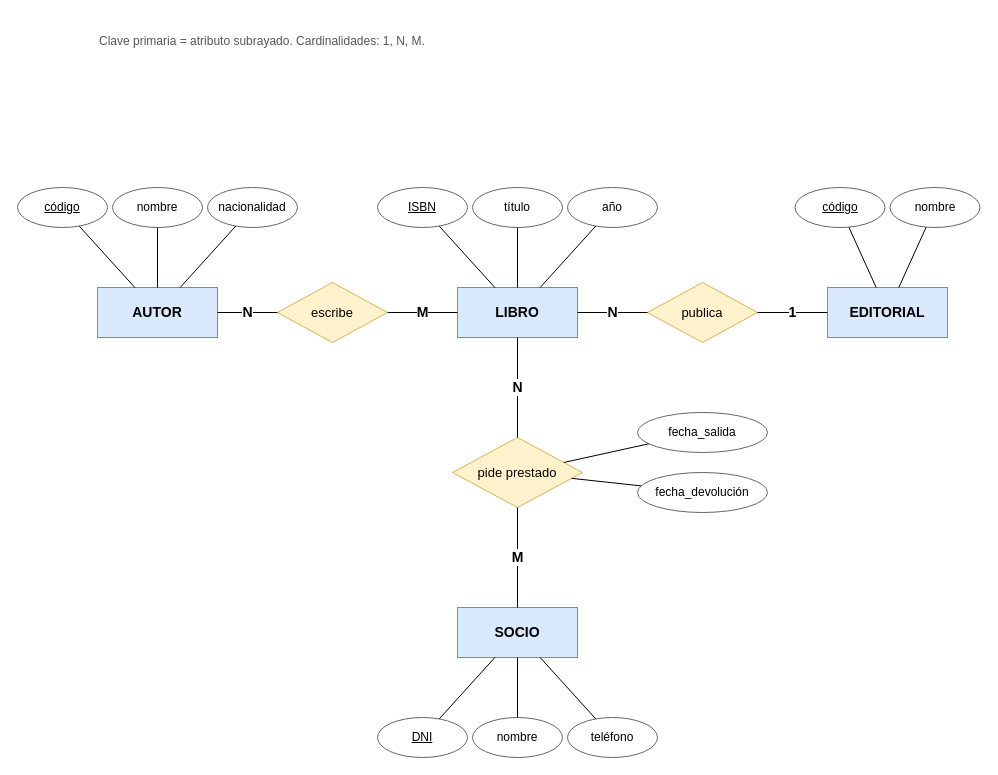
Above: diagramas/ejemplo-entidad-relacion.drawio in fran1234567890javier-art/practica2-latex (draw.io), before the change. Source tidied: cells renumbered, new cells numbered last; positions are measured from the earlier drawing's top-left corner, leaving out a move shared by most shapes. Both pictures are drawn from the tidied source at 100%, with x=0, y=0 at pixel (17, 27).
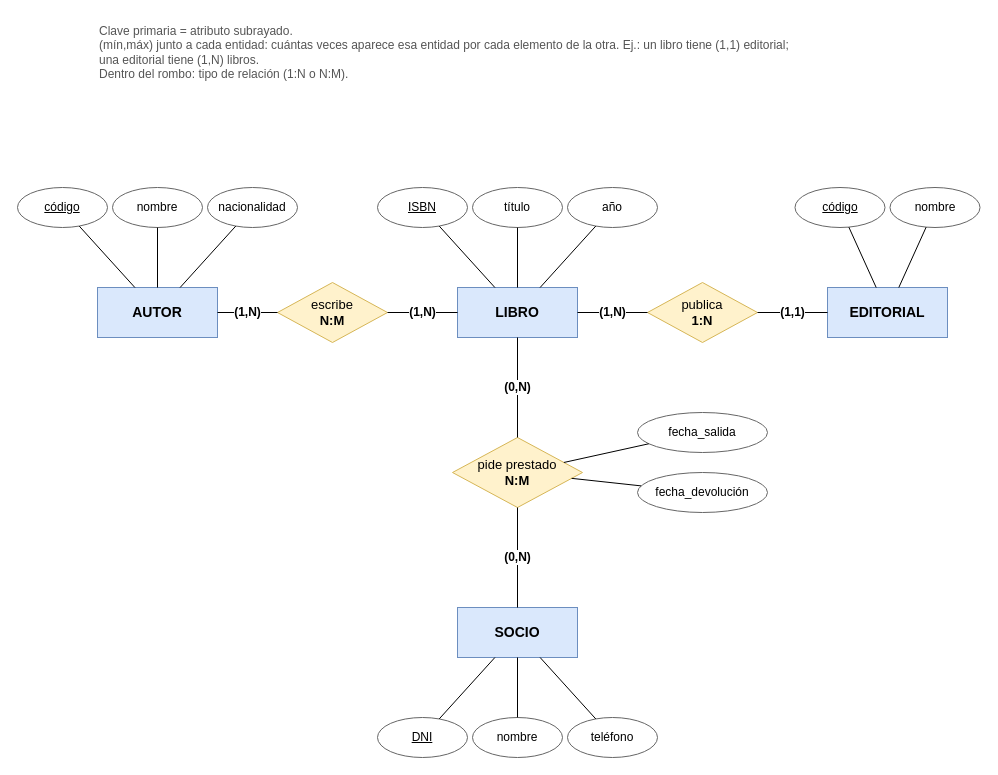
The same page after the edit.

Commit message (it also covers changes not shown here):
Diagramas E-R: cardinalidades con notación (mín,máx)

Unchanged cells that the change refers to:
```xml
<mxCell id="2" value="AUTOR" style="rounded=0;whiteSpace=wrap;html=1;fillColor=#dae8fc;strokeColor=#6c8ebf;fontStyle=1;fontSize=14;" parent="1" vertex="1">
  <mxGeometry x="80" y="260" width="120" height="50" as="geometry" />
</mxCell>
<mxCell id="4" value="LIBRO" style="rounded=0;whiteSpace=wrap;html=1;fillColor=#dae8fc;strokeColor=#6c8ebf;fontStyle=1;fontSize=14;" parent="1" vertex="1">
  <mxGeometry x="440" y="260" width="120" height="50" as="geometry" />
</mxCell>
<mxCell id="6" value="EDITORIAL" style="rounded=0;whiteSpace=wrap;html=1;fillColor=#dae8fc;strokeColor=#6c8ebf;fontStyle=1;fontSize=14;" parent="1" vertex="1">
  <mxGeometry x="810" y="260" width="120" height="50" as="geometry" />
</mxCell>
<mxCell id="8" value="SOCIO" style="rounded=0;whiteSpace=wrap;html=1;fillColor=#dae8fc;strokeColor=#6c8ebf;fontStyle=1;fontSize=14;" parent="1" vertex="1">
  <mxGeometry x="440" y="580" width="120" height="50" as="geometry" />
</mxCell>
```

Diff of the diagram source:
```diff
@@
-    <mxCell id="3" value="escribe" style="rhombus;whiteSpace=wrap;html=1;fillColor=#fff2cc;strokeColor=#d6b656;fontSize=13;" parent="1" vertex="1">
+    <mxCell id="3" value="escribe&lt;br&gt;&lt;b&gt;N:M&lt;/b&gt;" style="rhombus;whiteSpace=wrap;html=1;fillColor=#fff2cc;strokeColor=#d6b656;fontSize=13;" parent="1" vertex="1">
       <mxGeometry x="260" y="255" width="110" height="60" as="geometry" />
     </mxCell>
@@
-    <mxCell id="5" value="publica" style="rhombus;whiteSpace=wrap;html=1;fillColor=#fff2cc;strokeColor=#d6b656;fontSize=13;" parent="1" vertex="1">
+    <mxCell id="5" value="publica&lt;br&gt;&lt;b&gt;1:N&lt;/b&gt;" style="rhombus;whiteSpace=wrap;html=1;fillColor=#fff2cc;strokeColor=#d6b656;fontSize=13;" parent="1" vertex="1">
       <mxGeometry x="630" y="255" width="110" height="60" as="geometry" />
     </mxCell>
@@
-    <mxCell id="7" value="pide prestado" style="rhombus;whiteSpace=wrap;html=1;fillColor=#fff2cc;strokeColor=#d6b656;fontSize=13;" parent="1" vertex="1">
+    <mxCell id="7" value="pide prestado&lt;br&gt;&lt;b&gt;N:M&lt;/b&gt;" style="rhombus;whiteSpace=wrap;html=1;fillColor=#fff2cc;strokeColor=#d6b656;fontSize=13;" parent="1" vertex="1">
       <mxGeometry x="435" y="410" width="130" height="70" as="geometry" />
     </mxCell>
@@
-    <mxCell id="9" value="N" style="endArrow=none;html=1;fontSize=14;fontStyle=1;" parent="1" edge="1" source="2" target="3">
+    <mxCell id="9" value="(1,N)" style="endArrow=none;html=1;fontSize=12;fontStyle=1;labelBackgroundColor=#ffffff;" parent="1" edge="1" source="2" target="3">
       <mxGeometry relative="1" as="geometry" />
     </mxCell>
-    <mxCell id="10" value="M" style="endArrow=none;html=1;fontSize=14;fontStyle=1;" parent="1" edge="1" source="3" target="4">
+    <mxCell id="10" value="(1,N)" style="endArrow=none;html=1;fontSize=12;fontStyle=1;labelBackgroundColor=#ffffff;" parent="1" edge="1" source="3" target="4">
       <mxGeometry relative="1" as="geometry" />
     </mxCell>
-    <mxCell id="11" value="N" style="endArrow=none;html=1;fontSize=14;fontStyle=1;" parent="1" edge="1" source="4" target="5">
+    <mxCell id="11" value="(1,N)" style="endArrow=none;html=1;fontSize=12;fontStyle=1;labelBackgroundColor=#ffffff;" parent="1" edge="1" source="4" target="5">
       <mxGeometry relative="1" as="geometry" />
     </mxCell>
-    <mxCell id="12" value="1" style="endArrow=none;html=1;fontSize=14;fontStyle=1;" parent="1" edge="1" source="5" target="6">
+    <mxCell id="12" value="(1,1)" style="endArrow=none;html=1;fontSize=12;fontStyle=1;labelBackgroundColor=#ffffff;" parent="1" edge="1" source="5" target="6">
       <mxGeometry relative="1" as="geometry" />
     </mxCell>
-    <mxCell id="13" value="N" style="endArrow=none;html=1;fontSize=14;fontStyle=1;" parent="1" edge="1" source="4" target="7">
+    <mxCell id="13" value="(0,N)" style="endArrow=none;html=1;fontSize=12;fontStyle=1;labelBackgroundColor=#ffffff;" parent="1" edge="1" source="4" target="7">
       <mxGeometry relative="1" as="geometry" />
     </mxCell>
-    <mxCell id="14" value="M" style="endArrow=none;html=1;fontSize=14;fontStyle=1;" parent="1" edge="1" source="7" target="8">
+    <mxCell id="14" value="(0,N)" style="endArrow=none;html=1;fontSize=12;fontStyle=1;labelBackgroundColor=#ffffff;" parent="1" edge="1" source="7" target="8">
       <mxGeometry relative="1" as="geometry" />
     </mxCell>
@@
-    <mxCell id="41" value="Clave primaria = atributo subrayado. Cardinalidades: 1, N, M." style="text;html=1;align=left;fontSize=12;fontColor=#555555;" parent="1" vertex="1">
-      <mxGeometry x="80" width="500" height="30" as="geometry" />
+    <mxCell id="41" value="Clave primaria = atributo subrayado.&lt;br&gt;(mín,máx) junto a cada entidad: cuántas veces aparece esa entidad por cada elemento de la otra. Ej.: un libro tiene (1,1) editorial; una editorial tiene (1,N) libros.&lt;br&gt;Dentro del rombo: tipo de relación (1:N o N:M)." style="text;html=1;align=left;verticalAlign=top;whiteSpace=wrap;fontSize=12;fontColor=#555555;" parent="1" vertex="1">
+      <mxGeometry x="80" y="-10" width="700" height="70" as="geometry" />
     </mxCell>
```
